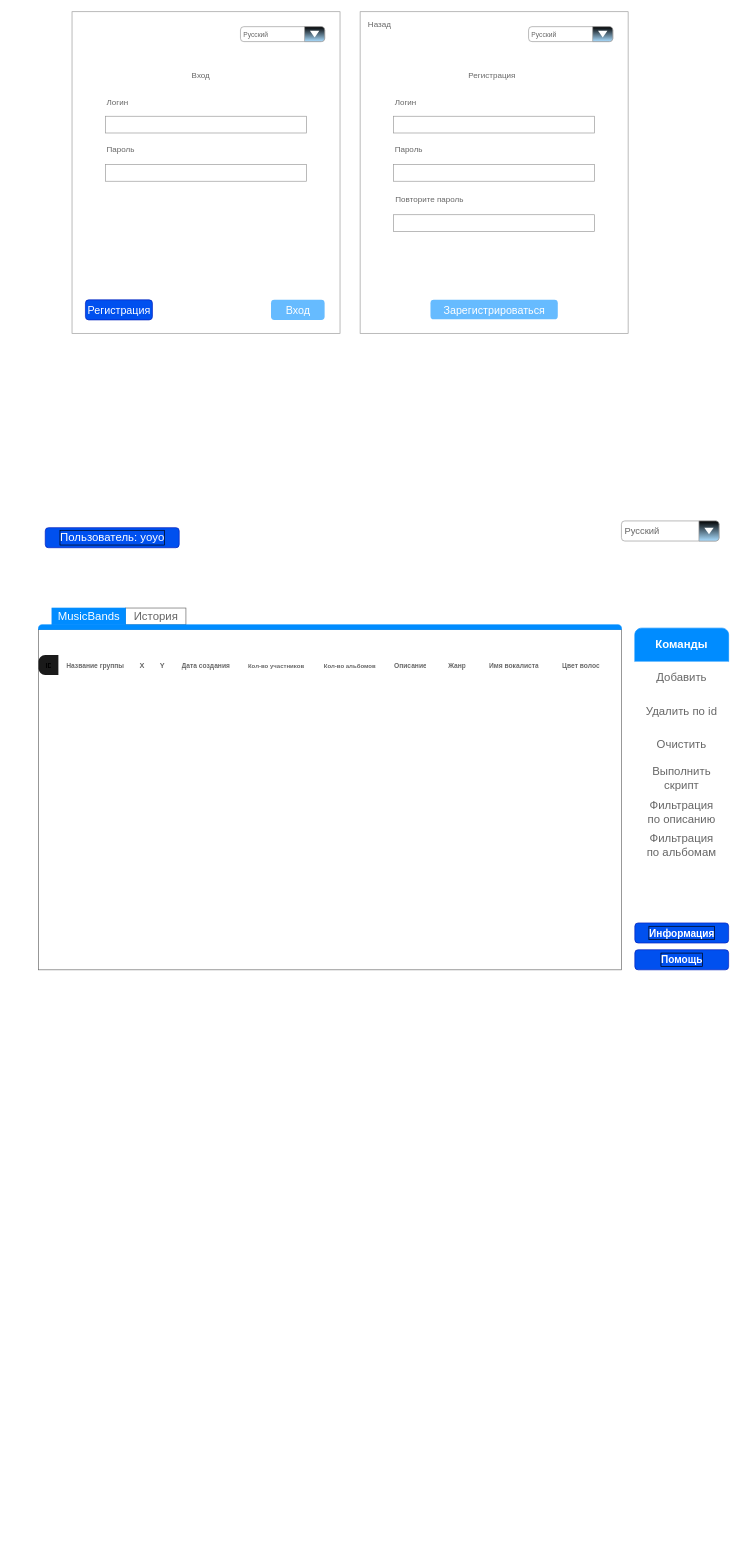
kyg03a/itmebra keeps this draw.io diagram as u.drawio. Above is the earlier version. Source tidied: cells renumbered, new cells numbered last; positions are measured from the earlier drawing's top-left corner, leaving out a move shared by most shapes. Both pictures are drawn from the tidied source at 67%, with x=0, y=0 at pixel (18, 11).
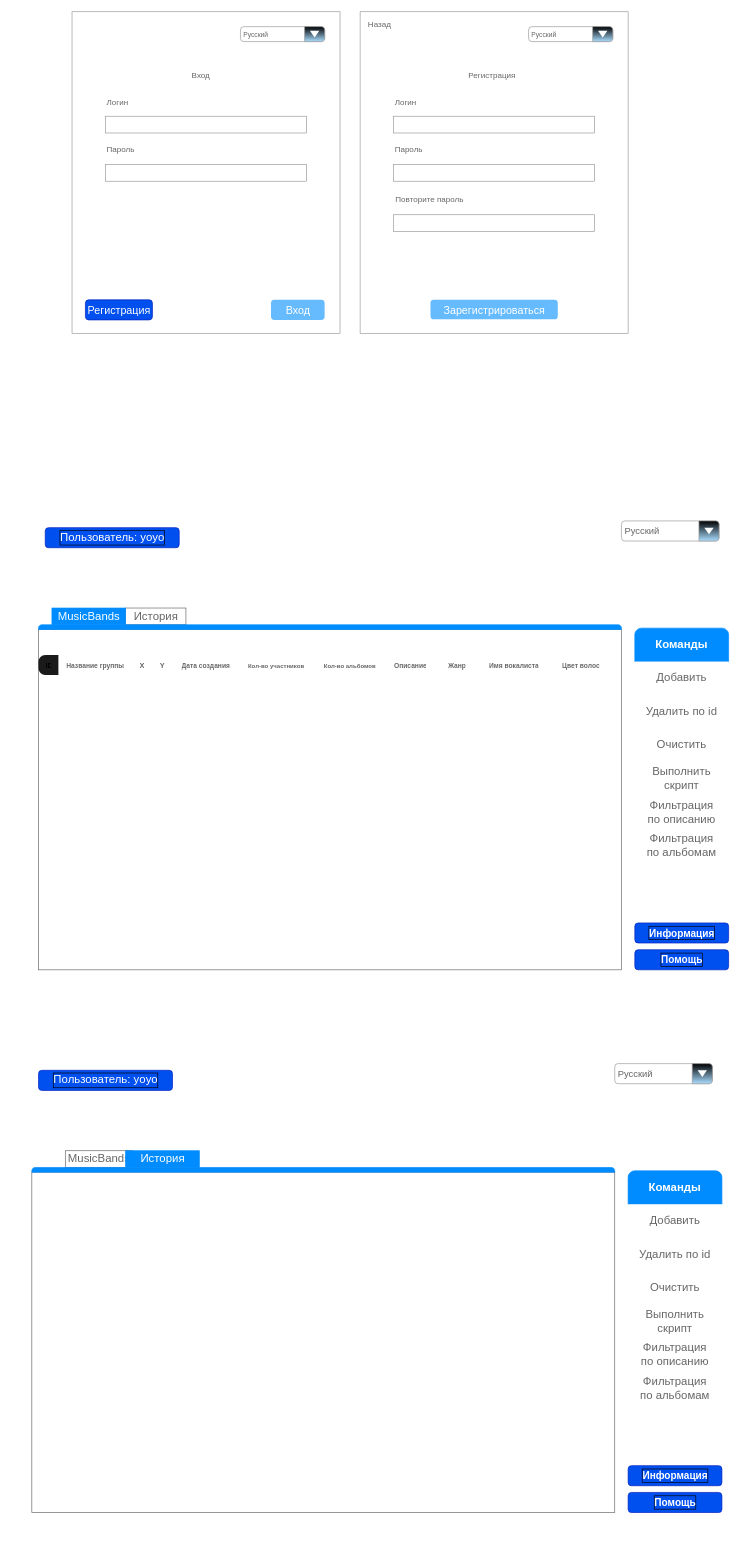
The same page after the edit.

The edit, as a diff of the source:
```diff
@@
+    <mxCell id="55" style="rounded=0;whiteSpace=wrap;html=1;fillColor=light-dark(#FFFFFF,#111111);strokeColor=none;" parent="1" vertex="1">
+      <mxGeometry x="-10" y="1540" width="1080" height="730" as="geometry" />
+    </mxCell>
+    <mxCell id="56" style="strokeWidth=1;shadow=0;dashed=0;align=center;html=1;shape=mxgraph.mockup.containers.marginRect2;rectMarginTop=32;strokeColor=#666666;gradientColor=none;whiteSpace=wrap;fillColor=light-dark(#FFFFFF,#666666);" parent="1" vertex="1">
+      <mxGeometry x="20" y="1700" width="870" height="540" as="geometry" />
+    </mxCell>
+    <mxCell id="57" value="MusicBands" style="strokeColor=inherit;fillColor=inherit;gradientColor=inherit;strokeWidth=1;shadow=0;dashed=0;align=center;html=1;shape=mxgraph.mockup.containers.rrect;rSize=0;fontSize=17;fontColor=#666666;gradientColor=none;" parent="56" vertex="1">
+      <mxGeometry width="100" height="25" relative="1" as="geometry">
+        <mxPoint x="50" as="offset" />
+      </mxGeometry>
+    </mxCell>
+    <mxCell id="58" style="strokeWidth=1;shadow=0;dashed=0;align=center;html=1;shape=mxgraph.mockup.containers.topButton;rSize=5;strokeColor=light-dark(#008CFF,#CCCCCC);fillColor=light-dark(#008CFF,#CCCCCC);gradientColor=none;" parent="56" vertex="1">
+      <mxGeometry width="870" height="7" relative="1" as="geometry">
+        <mxPoint y="25" as="offset" />
+      </mxGeometry>
+    </mxCell>
+    <mxCell id="59" value="История" style="strokeWidth=1;shadow=0;dashed=0;align=center;html=1;shape=mxgraph.mockup.containers.rrect;rSize=0;fontSize=17;fontColor=#ffffff;strokeColor=light-dark(#008CFF,#E6E6E6);fillColor=light-dark(#008CFF,#CCCCCC);" parent="56" vertex="1">
+      <mxGeometry x="140" width="110" height="25" as="geometry" />
+    </mxCell>
+    <mxCell id="60" value="&lt;font style=&quot;font-size: 14px;&quot;&gt;Русский&lt;/font&gt;" style="strokeWidth=1;shadow=0;dashed=0;align=center;html=1;shape=mxgraph.mockup.forms.comboBox;strokeColor=#999999;fillColor=none;align=left;fillColor2=#aaddff;mainText=;fontColor=#666666;fontSize=17;spacingLeft=3;" parent="1" vertex="1">
+      <mxGeometry x="890" y="1570" width="145.7" height="30" as="geometry" />
+    </mxCell>
+    <mxCell id="61" style="swimlane;shape=mxgraph.bootstrap.anchor;strokeColor=none;fillColor=#ffffff;fontColor=#666666;fontStyle=0;horizontal=1;startSize=0;whiteSpace=wrap;html=1;" parent="1" vertex="1">
+      <mxGeometry x="910" y="1730" width="140" height="150" as="geometry" />
+    </mxCell>
+    <mxCell id="62" value="Команды" style="text;strokeColor=#008CFF;align=center;verticalAlign=middle;spacingLeft=10;spacingRight=10;overflow=hidden;whiteSpace=wrap;html=1;shape=mxgraph.mockup.topButton;rSize=10;fillColor=light-dark(#008CFF,#CCCCCC);fontColor=#ffffff;fontSize=17;fontStyle=1;" parent="61" vertex="1">
+      <mxGeometry width="140" height="50" as="geometry" />
+    </mxCell>
+    <mxCell id="63" value="Добавить" style="text;strokeColor=inherit;align=center;verticalAlign=middle;spacingLeft=10;spacingRight=10;overflow=hidden;whiteSpace=wrap;html=1;rSize=5;fillColor=inherit;fontColor=inherit;fontSize=17;fontStyle=0;" parent="61" vertex="1">
+      <mxGeometry y="50" width="140" height="50" as="geometry" />
+    </mxCell>
+    <mxCell id="64" value="Удалить по id" style="text;strokeColor=inherit;align=center;verticalAlign=middle;spacingLeft=10;spacingRight=10;overflow=hidden;whiteSpace=wrap;html=1;rSize=5;fillColor=inherit;fontColor=inherit;fontSize=17;fontStyle=0;" parent="61" vertex="1">
+      <mxGeometry y="100" width="140" height="50" as="geometry" />
+    </mxCell>
+    <mxCell id="65" style="swimlane;shape=mxgraph.bootstrap.anchor;strokeColor=none;fillColor=#ffffff;fontColor=#666666;fontStyle=0;horizontal=1;startSize=0;whiteSpace=wrap;html=1;" parent="1" vertex="1">
+      <mxGeometry x="910" y="1880" width="140" height="100" as="geometry" />
+    </mxCell>
+    <mxCell id="66" value="Очистить" style="text;strokeColor=inherit;align=center;verticalAlign=middle;spacingLeft=10;spacingRight=10;overflow=hidden;whiteSpace=wrap;html=1;rSize=5;fillColor=inherit;fontColor=inherit;fontSize=17;fontStyle=0;" parent="65" vertex="1">
+      <mxGeometry width="140" height="50" as="geometry" />
+    </mxCell>
+    <mxCell id="67" value="Выполнить скрипт" style="text;strokeColor=inherit;align=center;verticalAlign=middle;spacingLeft=10;spacingRight=10;overflow=hidden;whiteSpace=wrap;html=1;rSize=5;fillColor=inherit;fontColor=inherit;fontSize=17;fontStyle=0;" parent="65" vertex="1">
+      <mxGeometry y="50" width="140" height="50" as="geometry" />
+    </mxCell>
+    <mxCell id="68" style="swimlane;shape=mxgraph.bootstrap.anchor;strokeColor=none;fillColor=#ffffff;fontColor=#666666;fontStyle=0;horizontal=1;startSize=0;whiteSpace=wrap;html=1;" parent="1" vertex="1">
+      <mxGeometry x="910" y="1980" width="140" height="100" as="geometry" />
+    </mxCell>
+    <mxCell id="69" value="Фильтрация по описанию" style="text;strokeColor=inherit;align=center;verticalAlign=middle;spacingLeft=10;spacingRight=10;overflow=hidden;whiteSpace=wrap;html=1;rSize=5;fillColor=inherit;fontColor=inherit;fontSize=17;fontStyle=0;" parent="68" vertex="1">
+      <mxGeometry width="140" height="50" as="geometry" />
+    </mxCell>
+    <mxCell id="70" value="Фильтрация по альбомам" style="text;strokeColor=inherit;align=center;verticalAlign=middle;spacingLeft=10;spacingRight=10;overflow=hidden;whiteSpace=wrap;html=1;rSize=5;fillColor=inherit;fontColor=inherit;fontSize=17;fontStyle=0;" parent="68" vertex="1">
+      <mxGeometry y="50" width="140" height="50" as="geometry" />
+    </mxCell>
+    <mxCell id="71" value="&lt;span style=&quot;font-size: 15px;&quot;&gt;Информация&lt;/span&gt;" style="strokeWidth=1;shadow=0;dashed=0;align=center;html=1;shape=mxgraph.mockup.forms.rrect;rSize=5;strokeColor=light-dark(#001DBC,#1A1A1A);fontColor=light-dark(#FFFFFF,#CCCCCC);fillColor=light-dark(#0050EF,#1A1A1A);fontSize=16;fontStyle=1;labelBorderColor=light-dark(#000000,#1A1A1A);" parent="1" vertex="1">
+      <mxGeometry x="910" y="2170" width="140" height="30" as="geometry" />
+    </mxCell>
+    <mxCell id="72" value="&lt;span style=&quot;font-size: 15px;&quot;&gt;Помощь&lt;/span&gt;" style="strokeWidth=1;shadow=0;dashed=0;align=center;html=1;shape=mxgraph.mockup.forms.rrect;rSize=5;strokeColor=light-dark(#001DBC,#1A1A1A);fontColor=light-dark(#FFFFFF,#CCCCCC);fillColor=light-dark(#0050EF,#1A1A1A);fontSize=16;fontStyle=1;labelBorderColor=light-dark(#000000,#1A1A1A);" parent="1" vertex="1">
+      <mxGeometry x="910" y="2210" width="140" height="30" as="geometry" />
+    </mxCell>
+    <mxCell id="73" value="&lt;span style=&quot;font-weight: normal;&quot;&gt;&lt;font style=&quot;font-size: 17px;&quot;&gt;Пользователь: yoyo&lt;/font&gt;&lt;/span&gt;" style="strokeWidth=1;shadow=0;dashed=0;align=center;html=1;shape=mxgraph.mockup.forms.rrect;rSize=5;strokeColor=light-dark(#001DBC,#1A1A1A);fontColor=light-dark(#FFFFFF,#CCCCCC);fillColor=light-dark(#0050EF,#1A1A1A);fontSize=16;fontStyle=1;labelBorderColor=light-dark(#000000,#1A1A1A);" parent="1" vertex="1">
+      <mxGeometry x="30" y="1580" width="200" height="30" as="geometry" />
+    </mxCell>
```
